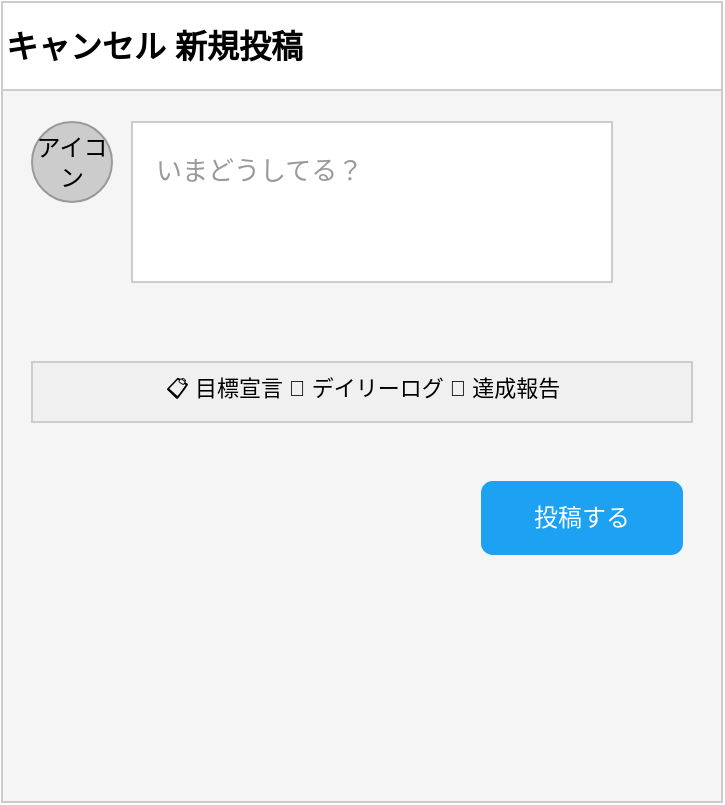
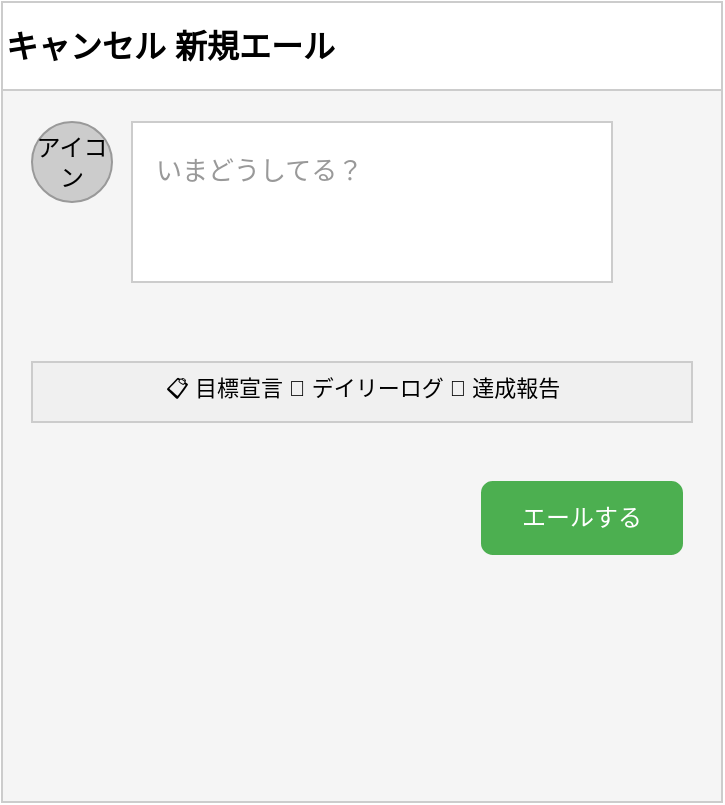
<?xml version="1.0" encoding="UTF-8"?>
<mxfile host="app.diagrams.net">
  <diagram name="投稿画面" id="post">
    <mxGraphModel dx="800" dy="600" grid="1" gridSize="10">
      <root>
        <mxCell id="0" />
        <mxCell id="1" parent="0" />
        <!-- 画面枠 -->
        <mxCell id="2" value="" style="rounded=0;whiteSpace=wrap;html=1;fillColor=#f5f5f5;strokeColor=#cccccc;" vertex="1" parent="1">
          <mxGeometry x="40" y="40" width="360" height="400" as="geometry" />
        </mxCell>
        <!-- ヘッダー -->
-         <mxCell id="3" value="キャンセル    新規投稿" style="text;html=1;fontSize=16;fontStyle=1;align=left;verticalAlign=middle;fillColor=#ffffff;strokeColor=#cccccc;" vertex="1" parent="1">
+         <mxCell id="3" value="キャンセル    新規エール" style="text;html=1;fontSize=16;fontStyle=1;align=left;verticalAlign=middle;fillColor=#ffffff;strokeColor=#cccccc;" vertex="1" parent="1">
          <mxGeometry x="40" y="40" width="360" height="44" as="geometry" />
        </mxCell>
        <!-- アイコン -->
        <mxCell id="4" value="アイコン" style="ellipse;whiteSpace=wrap;html=1;fillColor=#cccccc;strokeColor=#999999;" vertex="1" parent="1">
          <mxGeometry x="55" y="100" width="40" height="40" as="geometry" />
        </mxCell>
        <!-- テキストエリア -->
        <mxCell id="5" value="" style="rounded=0;whiteSpace=wrap;html=1;fillColor=#ffffff;strokeColor=#cccccc;" vertex="1" parent="1">
          <mxGeometry x="105" y="100" width="240" height="80" as="geometry" />
        </mxCell>
        <mxCell id="6" value="いまどうしてる？" style="text;html=1;fontSize=13;fillColor=none;fontColor=#999999;" vertex="1" parent="1">
          <mxGeometry x="115" y="110" width="200" height="20" as="geometry" />
        </mxCell>
        <!-- テンプレート選択 -->
-         <!-- テンプレート選択 -->
        <mxCell id="7" value="📋 目標宣言  📝 デイリーログ  🎯 達成報告" style="text;html=1;fontSize=11;align=center;fillColor=#f0f0f0;strokeColor=#cccccc;" vertex="1" parent="1">
          <mxGeometry x="55" y="220" width="330" height="30" as="geometry" />
        </mxCell>
-         <!-- 投稿ボタン -->
-         <mxCell id="8" value="投稿する" style="rounded=1;whiteSpace=wrap;html=1;fillColor=#1da1f2;fontColor=#ffffff;strokeColor=#1da1f2;" vertex="1" parent="1">
+         <!-- エールボタン -->
+         <mxCell id="8" value="エールする" style="rounded=1;whiteSpace=wrap;html=1;fillColor=#4caf50;fontColor=#ffffff;strokeColor=#4caf50;" vertex="1" parent="1">
          <mxGeometry x="280" y="280" width="100" height="36" as="geometry" />
        </mxCell>
      </root>
    </mxGraphModel>
  </diagram>
</mxfile>